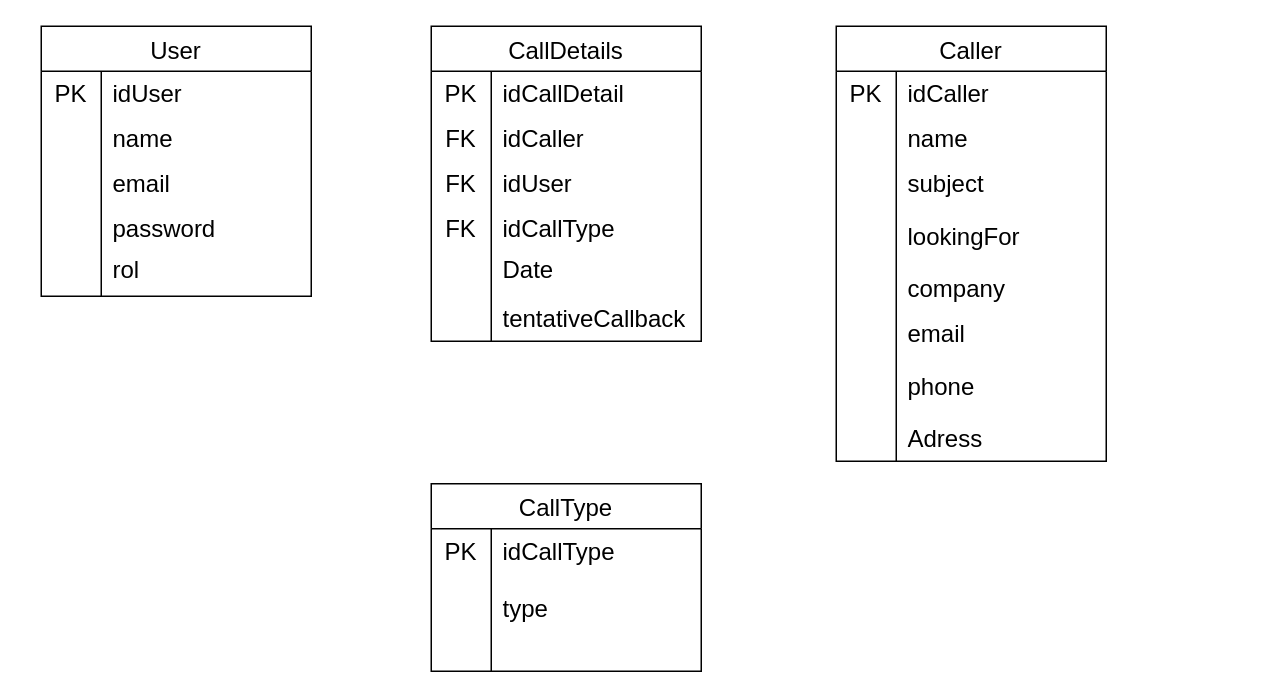
Earlier version of the draw.io diagram Clases CYM.drawio (ErnestoDanielTafoyaMolinaCYM/design-patterns-java). Source tidied: cells renumbered, new cells numbered last; positions are measured from the earlier drawing's top-left corner, leaving out a move shared by most shapes. Both pictures are drawn from the tidied source at 150%, with x=0, y=0 at pixel (40, 26).
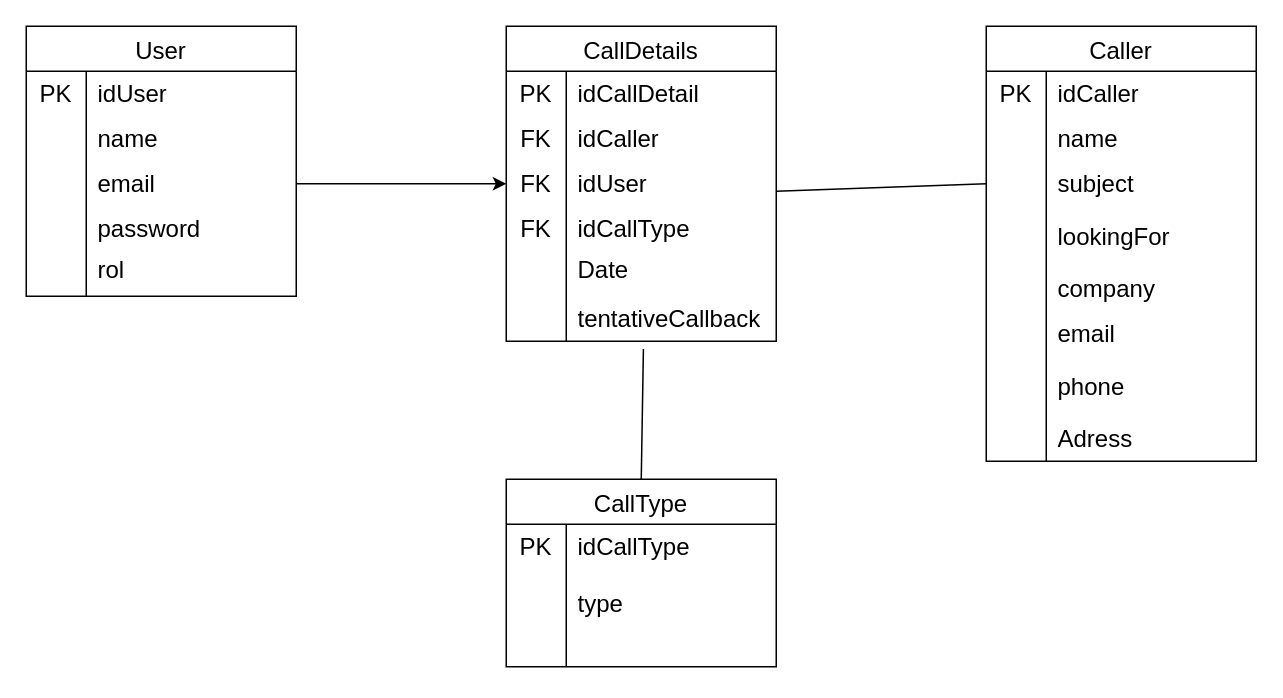
Above is the later version.

The change refers to these unchanged cells:
```xml
<mxCell id="9" style="shape=tableRow;horizontal=0;startSize=0;swimlaneHead=0;swimlaneBody=0;top=0;left=0;bottom=0;right=0;fillColor=none;points=[[0,0.5],[1,0.5]];portConstraint=eastwest;strokeColor=inherit;fontSize=16;" parent="2" vertex="1">
  <mxGeometry y="90" width="180" height="30" as="geometry" />
</mxCell>
<mxCell id="34" style="shape=tableRow;horizontal=0;startSize=0;swimlaneHead=0;swimlaneBody=0;top=0;left=0;bottom=0;right=0;fillColor=none;points=[[0,0.5],[1,0.5]];portConstraint=eastwest;strokeColor=inherit;fontSize=16;" parent="18" vertex="1">
  <mxGeometry y="180" width="180" height="30" as="geometry" />
</mxCell>
<mxCell id="44" style="shape=tableRow;horizontal=0;startSize=0;swimlaneHead=0;swimlaneBody=0;top=0;left=0;bottom=0;right=0;fillColor=none;points=[[0,0.5],[1,0.5]];portConstraint=eastwest;strokeColor=inherit;fontSize=16;" parent="37" vertex="1">
  <mxGeometry y="90" width="180" height="30" as="geometry" />
</mxCell>
```

Diff of the diagram source:
```diff
@@
     <mxCell id="2" value="User" style="shape=table;startSize=30;childLayout=tableLayout;rowLines=0;fontStyle=0;strokeColor=default;fontSize=16;" parent="1" vertex="1">
-      <mxGeometry width="180" height="180" as="geometry" />
+      <mxGeometry x="-10" width="180" height="180" as="geometry" />
     </mxCell>
@@
     <mxCell id="18" value="CallDetails" style="shape=table;startSize=30;childLayout=tableLayout;rowLines=0;fontStyle=0;strokeColor=default;fontSize=16;" parent="1" vertex="1">
-      <mxGeometry x="260" width="180" height="210" as="geometry" />
+      <mxGeometry x="310" width="180" height="210" as="geometry" />
     </mxCell>
@@
     <mxCell id="37" value="Caller" style="shape=table;startSize=30;childLayout=tableLayout;rowLines=0;fontStyle=0;strokeColor=default;fontSize=16;" parent="1" vertex="1">
-      <mxGeometry x="530" width="180" height="290" as="geometry" />
+      <mxGeometry x="630" width="180" height="290" as="geometry" />
     </mxCell>
@@
     <mxCell id="62" value="CallType" style="shape=table;startSize=30;childLayout=tableLayout;rowLines=0;fontStyle=0;strokeColor=default;fontSize=16;" parent="1" vertex="1">
-      <mxGeometry x="260" y="305" width="180" height="125" as="geometry" />
+      <mxGeometry x="310" y="302" width="180" height="125" as="geometry" />
     </mxCell>
@@
+    <mxCell id="72" style="endArrow=classic;html=1;rounded=0;exitX=1;exitY=0.5;exitDx=0;exitDy=0;" parent="1" edge="1" source="9" target="18">
+      <mxGeometry relative="1" as="geometry" />
+    </mxCell>
+    <mxCell id="73" style="endArrow=none;html=1;rounded=0;entryX=0;entryY=0.5;entryDx=0;entryDy=0;" parent="1" edge="1" target="44">
+      <mxGeometry relative="1" as="geometry">
+        <mxPoint x="490" y="110" as="sourcePoint" />
+      </mxGeometry>
+    </mxCell>
+    <mxCell id="74" style="endArrow=none;html=1;rounded=0;entryX=0.508;entryY=1.173;entryDx=0;entryDy=0;entryPerimeter=0;exitX=0.5;exitY=0;exitDx=0;exitDy=0;" parent="1" edge="1" source="62" target="34">
+      <mxGeometry relative="1" as="geometry" />
+    </mxCell>
```
